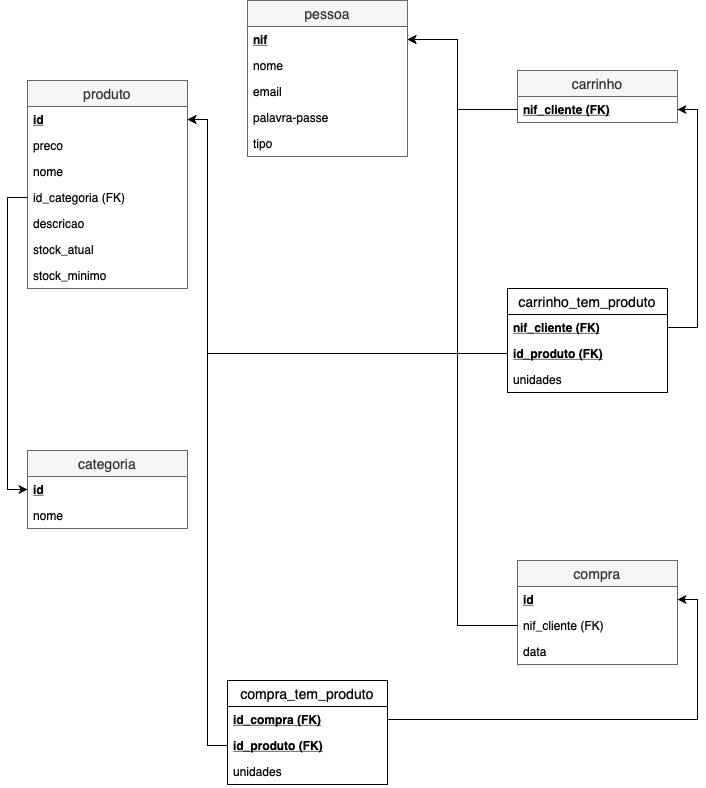
hugofpaiva/ies-p1-g31 keeps this draw.io diagram as reports/images/ies_sql_er.png. Above is the earlier version. Source tidied: cells renumbered, new cells last; positions are measured from the earlier drawing's top-left corner, leaving out a move shared by most shapes.
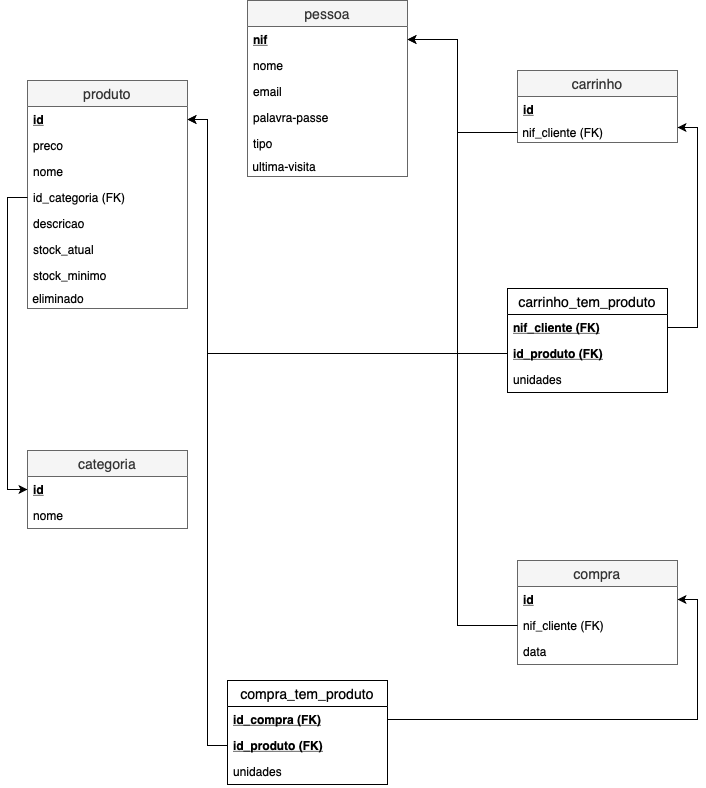
After the change.

Diff of the diagram source:
```diff
@@ -3,7 +3,7 @@
     <mxCell id="0" />
     <mxCell id="1" parent="0" />
     <mxCell id="2" value="pessoa" style="swimlane;fontStyle=0;horizontal=1;startSize=26;align=center;fontSize=14;fillColor=#f5f5f5;strokeColor=#666666;fontColor=#333333;" parent="1" vertex="1">
-      <mxGeometry x="220" width="160" height="156" as="geometry" />
+      <mxGeometry x="220" width="160" height="176" as="geometry" />
     </mxCell>
     <mxCell id="3" value="nif" style="text;strokeColor=none;fillColor=none;spacingLeft=4;spacingRight=4;overflow=hidden;points=[[0,0.5],[1,0.5]];portConstraint=eastwest;fontSize=12;fontStyle=5;" parent="2" vertex="1">
       <mxGeometry y="26" width="160" height="26" as="geometry" />
@@ -20,6 +20,9 @@
     <mxCell id="7" value="tipo" style="text;strokeColor=none;fillColor=none;spacingLeft=4;spacingRight=4;overflow=hidden;fontSize=12;" parent="2" vertex="1">
       <mxGeometry y="130" width="160" height="26" as="geometry" />
     </mxCell>
+    <mxCell id="40" value="&amp;nbsp;ultima-visita" style="text;html=1;strokeColor=none;fillColor=none;align=left;verticalAlign=middle;whiteSpace=wrap;rounded=0;" parent="2" vertex="1">
+      <mxGeometry y="156" width="160" height="20" as="geometry" />
+    </mxCell>
     <mxCell id="8" value="compra" style="swimlane;fontStyle=0;horizontal=1;startSize=26;align=center;fontSize=14;fillColor=#f5f5f5;strokeColor=#666666;fontColor=#333333;" parent="1" vertex="1">
       <mxGeometry x="490" y="560" width="160" height="104" as="geometry" />
     </mxCell>
@@ -62,7 +65,7 @@
       </mxGeometry>
     </mxCell>
     <mxCell id="20" value="produto" style="swimlane;fontStyle=0;horizontal=1;startSize=26;align=center;fontSize=14;fillColor=#f5f5f5;strokeColor=#666666;fontColor=#333333;" parent="1" vertex="1">
-      <mxGeometry y="80" width="160" height="208" as="geometry" />
+      <mxGeometry y="80" width="160" height="228" as="geometry" />
     </mxCell>
     <mxCell id="21" value="id" style="text;strokeColor=none;fillColor=none;spacingLeft=4;spacingRight=4;overflow=hidden;points=[[0,0.5],[1,0.5]];portConstraint=eastwest;fontSize=12;fontStyle=5;" parent="20" vertex="1">
       <mxGeometry y="26" width="160" height="26" as="geometry" />
@@ -85,19 +88,25 @@
     <mxCell id="27" value="stock_minimo" style="text;strokeColor=none;fillColor=none;spacingLeft=4;spacingRight=4;overflow=hidden;fontSize=12;" parent="20" vertex="1">
       <mxGeometry y="182" width="160" height="26" as="geometry" />
     </mxCell>
+    <mxCell id="41" value="&amp;nbsp;eliminado" style="text;html=1;strokeColor=none;fillColor=none;align=left;verticalAlign=middle;whiteSpace=wrap;rounded=0;" parent="20" vertex="1">
+      <mxGeometry y="208" width="160" height="20" as="geometry" />
+    </mxCell>
     <mxCell id="28" style="edgeStyle=orthogonalEdgeStyle;rounded=0;jettySize=auto;html=1;entryX=1;entryY=0.5;entryDx=0;entryDy=0;" parent="1" edge="1" source="17" target="21">
       <mxGeometry relative="1" as="geometry" />
     </mxCell>
     <mxCell id="29" value="carrinho" style="swimlane;fontStyle=0;horizontal=1;startSize=26;align=center;fontSize=14;fillColor=#f5f5f5;strokeColor=#666666;fontColor=#333333;" parent="1" vertex="1">
-      <mxGeometry x="490" y="70" width="160" height="52" as="geometry" />
+      <mxGeometry x="490" y="70" width="160" height="72" as="geometry" />
     </mxCell>
-    <mxCell id="30" value="nif_cliente (FK)" style="text;strokeColor=none;fillColor=none;spacingLeft=4;spacingRight=4;overflow=hidden;points=[[0,0.5],[1,0.5]];portConstraint=eastwest;fontSize=12;fontStyle=5;" parent="29" vertex="1">
+    <mxCell id="30" value="id" style="text;strokeColor=none;fillColor=none;spacingLeft=4;spacingRight=4;overflow=hidden;points=[[0,0.5],[1,0.5]];portConstraint=eastwest;fontSize=12;fontStyle=5;" parent="29" vertex="1">
       <mxGeometry y="26" width="160" height="26" as="geometry" />
     </mxCell>
+    <mxCell id="42" value="&amp;nbsp;nif_cliente (FK)" style="text;html=1;strokeColor=none;fillColor=none;align=left;verticalAlign=middle;whiteSpace=wrap;rounded=0;" parent="29" vertex="1">
+      <mxGeometry y="52" width="160" height="20" as="geometry" />
+    </mxCell>
-    <mxCell id="31" style="edgeStyle=orthogonalEdgeStyle;rounded=0;jettySize=auto;html=1;" parent="1" edge="1" source="30" target="3">
+    <mxCell id="31" style="edgeStyle=orthogonalEdgeStyle;rounded=0;jettySize=auto;html=1;exitX=0;exitY=0.5;exitDx=0;exitDy=0;" parent="1" edge="1" source="42" target="3">
       <mxGeometry relative="1" as="geometry">
         <Array as="points">
-          <mxPoint x="430" y="109" />
+          <mxPoint x="430" y="132" />
           <mxPoint x="430" y="39" />
         </Array>
       </mxGeometry>
@@ -114,7 +123,7 @@
     <mxCell id="35" value="unidades" style="text;strokeColor=none;fillColor=none;spacingLeft=4;spacingRight=4;overflow=hidden;fontSize=12;" parent="32" vertex="1">
       <mxGeometry y="78" width="160" height="26" as="geometry" />
     </mxCell>
-    <mxCell id="36" style="edgeStyle=orthogonalEdgeStyle;rounded=0;jettySize=auto;html=1;entryX=1;entryY=0.5;entryDx=0;entryDy=0;" parent="1" edge="1" source="33" target="30">
+    <mxCell id="36" style="edgeStyle=orthogonalEdgeStyle;rounded=0;jettySize=auto;html=1;entryX=1;entryY=0.25;entryDx=0;entryDy=0;" parent="1" edge="1" source="33" target="42">
       <mxGeometry relative="1" as="geometry" />
     </mxCell>
     <mxCell id="37" style="edgeStyle=orthogonalEdgeStyle;rounded=0;jettySize=auto;html=1;entryX=1;entryY=0.5;entryDx=0;entryDy=0;" parent="1" edge="1" source="16" target="9">
```
